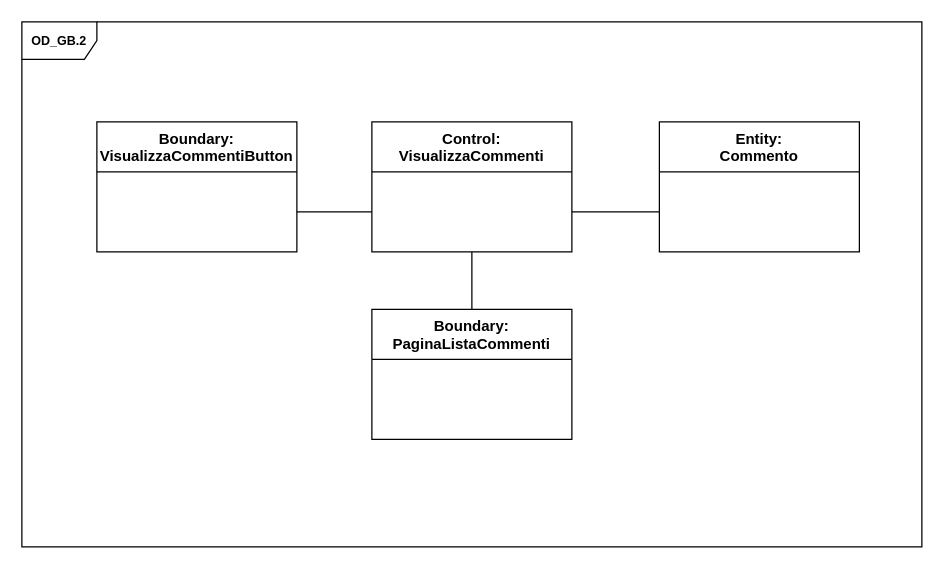
EmmanuelEngineer/E.M.A.A. keeps this draw.io diagram as page "OD_UC_GB.2" (3 of 4) of Schemi/RAD/ObjectDiagrams.drawio. Above is the earlier version. Source tidied: cells renumbered, new cells numbered last; positions are measured from the earlier drawing's top-left corner, leaving out a move shared by most shapes. Both pictures are drawn from the tidied source at 125%, with x=0, y=0 at pixel (21, 21).
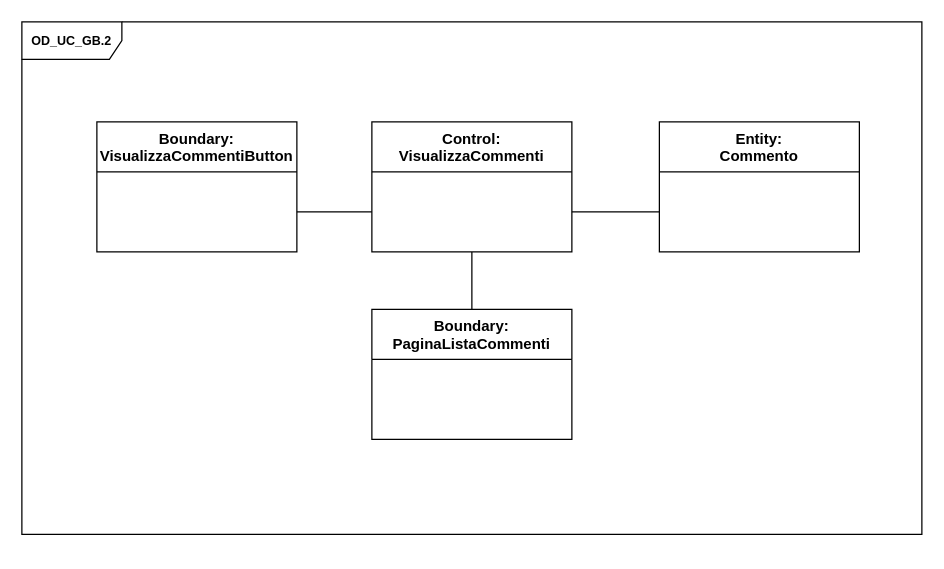
The same page after the edit.

The edit, as a diff of the source:
```diff
@@
 <mxGraphModel>
   <root>
     <mxCell id="0" />
     <mxCell id="1" parent="0" />
-    <mxCell id="2" value="&lt;font style=&quot;font-size: 10px&quot;&gt;&lt;b&gt;OD_GB.2&lt;/b&gt;&lt;/font&gt;" style="shape=umlFrame;whiteSpace=wrap;html=1;" parent="1" vertex="1">
-      <mxGeometry width="720" height="420" as="geometry" />
+    <mxCell id="2" value="&lt;font style=&quot;font-size: 10px&quot;&gt;&lt;b&gt;OD_UC_GB.2&lt;/b&gt;&lt;/font&gt;" style="shape=umlFrame;whiteSpace=wrap;html=1;width=80;height=30;" parent="1" vertex="1">
+      <mxGeometry width="720" height="410" as="geometry" />
     </mxCell>
     <mxCell id="3" value="Entity:&#10;Commento" style="swimlane;fontStyle=1;align=center;verticalAlign=top;horizontal=1;startSize=40;rotation=0;" parent="1" vertex="1">
       <mxGeometry x="510" y="80" width="160" height="104" as="geometry" />
     </mxCell>
     <mxCell id="4" style="line;strokeWidth=1;fillColor=#FFFFFF;align=left;verticalAlign=middle;spacingTop=-1;spacingLeft=3;spacingRight=3;labelPosition=right;points=[];portConstraint=eastwest;strokeColor=none;" parent="3" vertex="1">
       <mxGeometry y="40" width="160" height="64" as="geometry" />
     </mxCell>
     <mxCell id="5" style="edgeStyle=orthogonalEdgeStyle;rounded=0;jettySize=auto;html=1;exitX=0.5;exitY=1;exitDx=0;exitDy=0;entryX=0.5;entryY=0;entryDx=0;entryDy=0;endArrow=none;endFill=0;" parent="1" edge="1" source="6" target="12">
       <mxGeometry relative="1" as="geometry" />
     </mxCell>
     <mxCell id="6" value="Control:&#10;VisualizzaCommenti" style="swimlane;fontStyle=1;align=center;verticalAlign=top;horizontal=1;startSize=40;" parent="1" vertex="1">
       <mxGeometry x="280" y="80" width="160" height="104" as="geometry" />
     </mxCell>
     <mxCell id="7" style="line;strokeWidth=1;fillColor=default;align=left;verticalAlign=middle;spacingTop=-1;spacingLeft=3;spacingRight=3;labelPosition=right;points=[];portConstraint=eastwest;strokeColor=none;" parent="6" vertex="1">
       <mxGeometry y="40" width="160" height="64" as="geometry" />
     </mxCell>
     <mxCell id="8" value="Boundary:&#10;VisualizzaCommentiButton" style="swimlane;fontStyle=1;align=center;verticalAlign=top;horizontal=1;startSize=40;" parent="1" vertex="1">
       <mxGeometry x="60" y="80" width="160" height="104" as="geometry" />
     </mxCell>
     <mxCell id="9" style="line;strokeWidth=1;fillColor=none;align=left;verticalAlign=middle;spacingTop=-1;spacingLeft=3;spacingRight=3;labelPosition=right;points=[];portConstraint=eastwest;strokeColor=none;" parent="8" vertex="1">
       <mxGeometry y="40" width="160" height="64" as="geometry" />
     </mxCell>
     <mxCell id="10" style="edgeStyle=orthogonalEdgeStyle;rounded=0;jettySize=auto;html=1;endArrow=none;endFill=0;" parent="1" edge="1" source="7" target="4">
       <mxGeometry relative="1" as="geometry" />
     </mxCell>
     <mxCell id="11" style="edgeStyle=orthogonalEdgeStyle;rounded=0;jettySize=auto;html=1;endArrow=none;endFill=0;" parent="1" edge="1" source="7" target="9">
       <mxGeometry relative="1" as="geometry" />
     </mxCell>
     <mxCell id="12" value="Boundary:&#10;PaginaListaCommenti" style="swimlane;fontStyle=1;align=center;verticalAlign=top;horizontal=1;startSize=40;" parent="1" vertex="1">
       <mxGeometry x="280" y="230" width="160" height="104" as="geometry" />
     </mxCell>
     <mxCell id="13" style="line;strokeWidth=1;fillColor=none;align=left;verticalAlign=middle;spacingTop=-1;spacingLeft=3;spacingRight=3;labelPosition=right;strokeColor=none;" parent="12" vertex="1">
       <mxGeometry y="40" width="160" height="64" as="geometry" />
     </mxCell>
   </root>
 </mxGraphModel>
```
